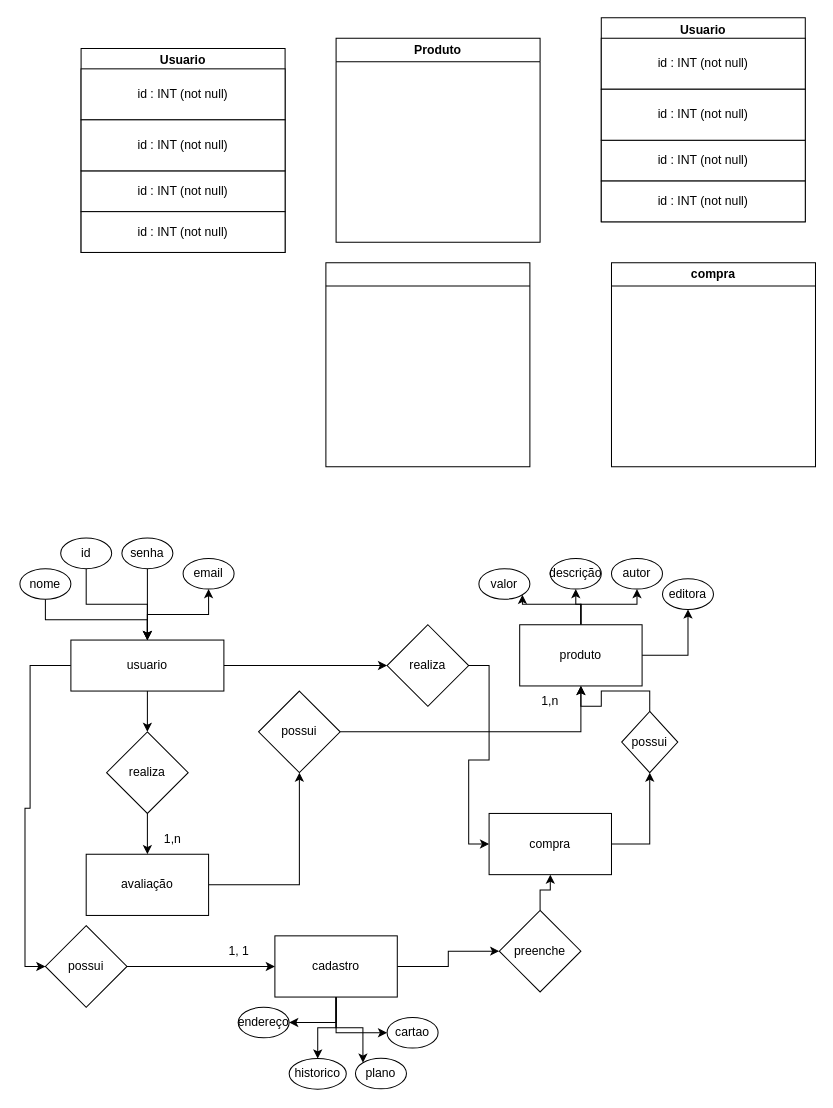
Earlier version of the draw.io diagram Diagrama sem nome.drawio (Pedro1AF/Backlog). Source tidied: cells renumbered, new cells numbered last; positions are measured from the earlier drawing's top-left corner, leaving out a move shared by most shapes. Both pictures are drawn from the tidied source at 102%, with x=0, y=0 at pixel (19, 17).
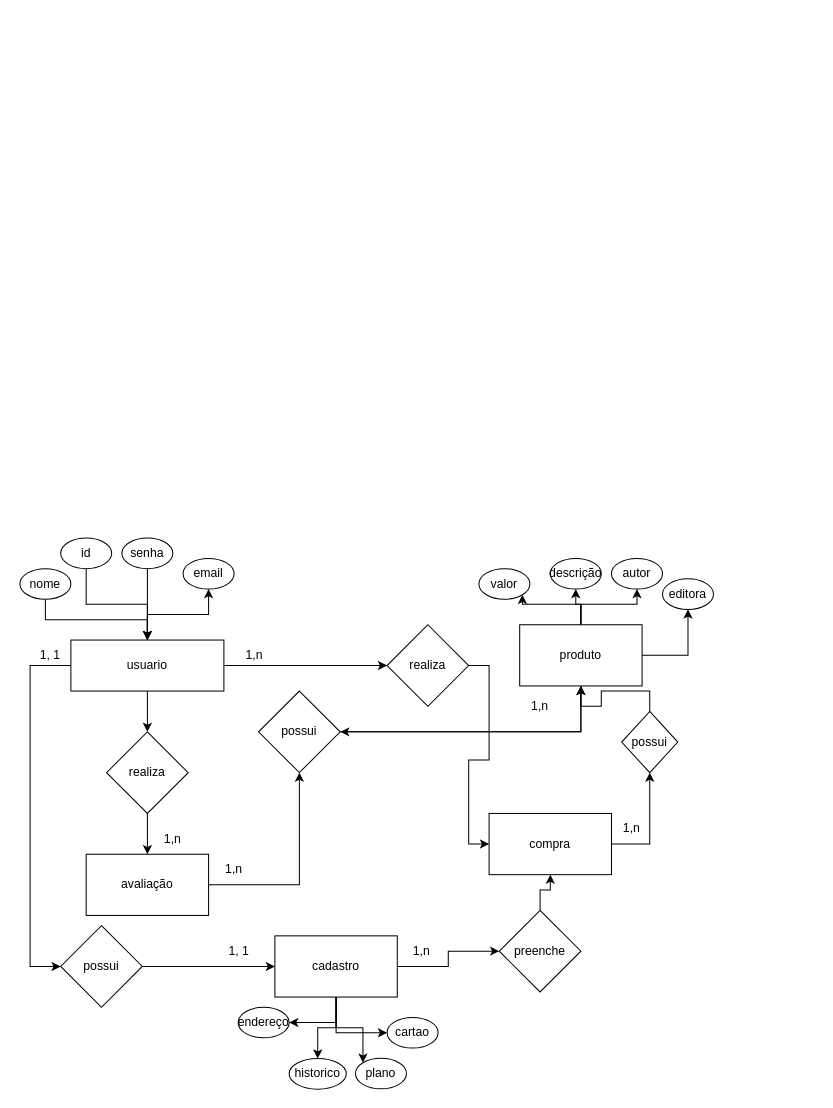
The same diagram, later.

The change refers to these unchanged cells:
```xml
<mxCell id="21" value="usuario" style="rounded=0;whiteSpace=wrap;html=1;" parent="1" vertex="1">
  <mxGeometry x="50" y="610" width="150" height="50" as="geometry" />
</mxCell>
<mxCell id="28" value="produto" style="rounded=0;whiteSpace=wrap;html=1;" parent="1" vertex="1">
  <mxGeometry x="490" y="595" width="120" height="60" as="geometry" />
</mxCell>
<mxCell id="43" value="possui" style="rhombus;whiteSpace=wrap;html=1;" parent="1" vertex="1">
  <mxGeometry x="234" y="660" width="80" height="80" as="geometry" />
</mxCell>
```

Diff of the diagram source:
```diff
@@
-    <mxCell id="2" value="Usuario" style="swimlane;whiteSpace=wrap;html=1;" parent="1" vertex="1">
-      <mxGeometry x="60" y="30" width="200" height="200" as="geometry" />
-    </mxCell>
-    <mxCell id="3" value="id : INT (not null)" style="rounded=0;whiteSpace=wrap;html=1;" parent="2" vertex="1">
-      <mxGeometry y="20" width="200" height="50" as="geometry" />
-    </mxCell>
-    <mxCell id="4" style="edgeStyle=orthogonalEdgeStyle;rounded=0;orthogonalLoop=1;jettySize=auto;html=1;exitX=0.5;exitY=1;exitDx=0;exitDy=0;" parent="2" edge="1" source="3" target="3">
-      <mxGeometry relative="1" as="geometry" />
-    </mxCell>
-    <mxCell id="5" value="id : INT (not null)" style="rounded=0;whiteSpace=wrap;html=1;" parent="2" vertex="1">
-      <mxGeometry y="120" width="200" height="40" as="geometry" />
-    </mxCell>
-    <mxCell id="6" value="id : INT (not null)" style="rounded=0;whiteSpace=wrap;html=1;" parent="2" vertex="1">
-      <mxGeometry y="160" width="200" height="40" as="geometry" />
-    </mxCell>
-    <mxCell id="7" value="id : INT (not null)" style="rounded=0;whiteSpace=wrap;html=1;" parent="2" vertex="1">
-      <mxGeometry y="70" width="200" height="50" as="geometry" />
-    </mxCell>
-    <mxCell id="8" value="Produto" style="swimlane;whiteSpace=wrap;html=1;" parent="1" vertex="1">
-      <mxGeometry x="310" y="20" width="200" height="200" as="geometry" />
-    </mxCell>
-    <mxCell id="9" value="compra" style="swimlane;whiteSpace=wrap;html=1;" parent="1" vertex="1">
-      <mxGeometry x="580" y="240" width="200" height="200" as="geometry" />
-    </mxCell>
-    <mxCell id="10" style="swimlane;whiteSpace=wrap;html=1;" parent="1" vertex="1">
-      <mxGeometry x="300" y="240" width="200" height="200" as="geometry" />
-    </mxCell>
-    <mxCell id="11" value="Usuario" style="swimlane;whiteSpace=wrap;html=1;" parent="1" vertex="1">
-      <mxGeometry x="570" width="200" height="200" as="geometry" />
-    </mxCell>
-    <mxCell id="12" value="id : INT (not null)" style="rounded=0;whiteSpace=wrap;html=1;" parent="11" vertex="1">
-      <mxGeometry y="20" width="200" height="50" as="geometry" />
-    </mxCell>
-    <mxCell id="13" style="edgeStyle=orthogonalEdgeStyle;rounded=0;orthogonalLoop=1;jettySize=auto;html=1;exitX=0.5;exitY=1;exitDx=0;exitDy=0;" parent="11" edge="1" source="12" target="12">
-      <mxGeometry relative="1" as="geometry" />
-    </mxCell>
-    <mxCell id="14" value="id : INT (not null)" style="rounded=0;whiteSpace=wrap;html=1;" parent="11" vertex="1">
-      <mxGeometry y="120" width="200" height="40" as="geometry" />
-    </mxCell>
-    <mxCell id="15" value="id : INT (not null)" style="rounded=0;whiteSpace=wrap;html=1;" parent="11" vertex="1">
-      <mxGeometry y="160" width="200" height="40" as="geometry" />
-    </mxCell>
-    <mxCell id="16" value="id : INT (not null)" style="rounded=0;whiteSpace=wrap;html=1;" parent="11" vertex="1">
-      <mxGeometry y="70" width="200" height="50" as="geometry" />
-    </mxCell>
@@
     <mxCell id="20" style="edgeStyle=orthogonalEdgeStyle;rounded=0;jettySize=auto;html=1;entryX=0;entryY=0.5;entryDx=0;entryDy=0;" parent="1" edge="1" source="21" target="56">
       <mxGeometry relative="1" as="geometry">
         <Array as="points">
           <mxPoint x="10" y="635" />
-          <mxPoint x="10" y="775" />
-          <mxPoint x="5" y="775" />
-          <mxPoint x="5" y="930" />
+          <mxPoint x="10" y="930" />
         </Array>
       </mxGeometry>
     </mxCell>
@@
+    <mxCell id="68" style="edgeStyle=orthogonalEdgeStyle;rounded=0;jettySize=auto;html=1;entryX=1;entryY=0.5;entryDx=0;entryDy=0;" parent="1" edge="1" source="28" target="43">
+      <mxGeometry relative="1" as="geometry">
+        <Array as="points">
+          <mxPoint x="550" y="700" />
+        </Array>
+      </mxGeometry>
+    </mxCell>
@@
     <mxCell id="54" value="1,n" style="text;html=1;align=center;verticalAlign=middle;whiteSpace=wrap;rounded=0;" parent="1" vertex="1">
-      <mxGeometry x="490" y="655" width="60" height="30" as="geometry" />
+      <mxGeometry x="480" y="660" width="60" height="30" as="geometry" />
     </mxCell>
@@
     <mxCell id="56" value="possui" style="rhombus;whiteSpace=wrap;html=1;" parent="1" vertex="1">
-      <mxGeometry x="25" y="890" width="80" height="80" as="geometry" />
+      <mxGeometry x="40" y="890" width="80" height="80" as="geometry" />
     </mxCell>
@@
+    <mxCell id="69" value="1,n" style="text;html=1;align=center;verticalAlign=middle;whiteSpace=wrap;rounded=0;" parent="1" vertex="1">
+      <mxGeometry x="180" y="820" width="60" height="30" as="geometry" />
+    </mxCell>
+    <mxCell id="70" value="1,n" style="text;html=1;align=center;verticalAlign=middle;whiteSpace=wrap;rounded=0;" parent="1" vertex="1">
+      <mxGeometry x="364" y="900" width="60" height="30" as="geometry" />
+    </mxCell>
+    <mxCell id="71" value="1,n" style="text;html=1;align=center;verticalAlign=middle;whiteSpace=wrap;rounded=0;" parent="1" vertex="1">
+      <mxGeometry x="200" y="610" width="60" height="30" as="geometry" />
+    </mxCell>
+    <mxCell id="72" value="1,n" style="text;html=1;align=center;verticalAlign=middle;whiteSpace=wrap;rounded=0;" parent="1" vertex="1">
+      <mxGeometry x="570" y="780" width="60" height="30" as="geometry" />
+    </mxCell>
+    <mxCell id="73" value="1, 1" style="text;html=1;align=center;verticalAlign=middle;whiteSpace=wrap;rounded=0;" parent="1" vertex="1">
+      <mxGeometry y="610" width="60" height="30" as="geometry" />
+    </mxCell>
```
